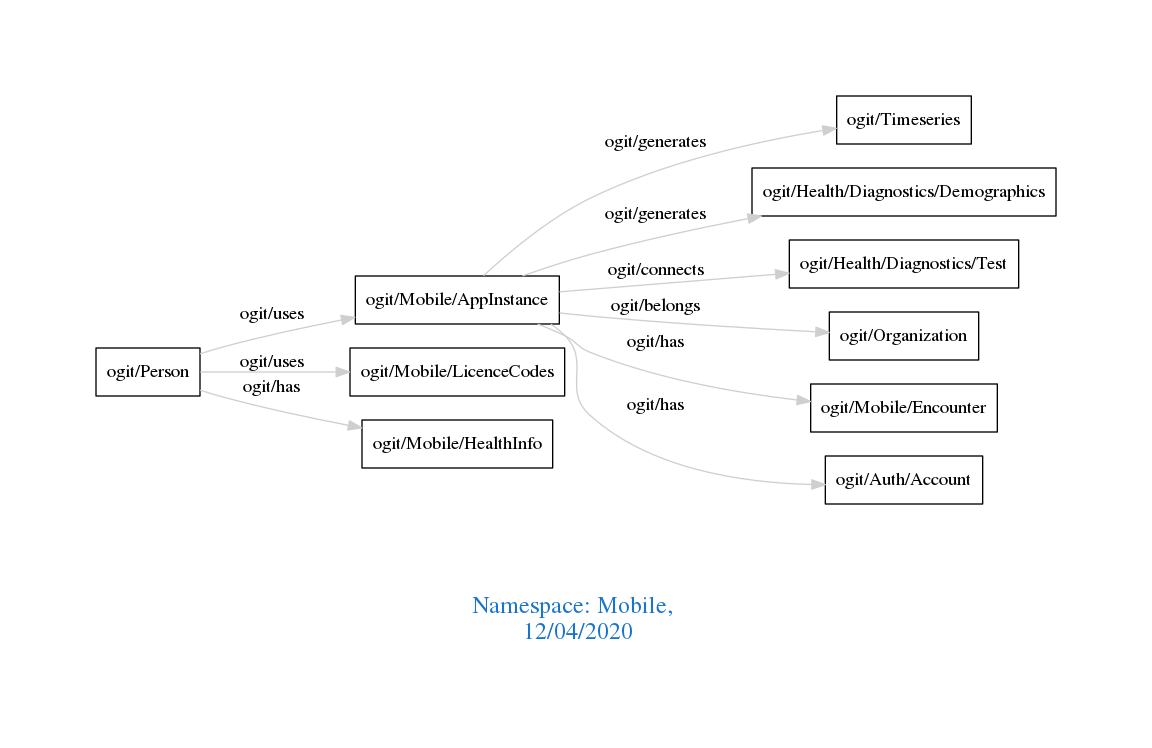
The Graphviz diagram downloads/Mobile.png in arago/OGIT, before a commit. Its source is kept beside it as downloads/Mobile.dot.
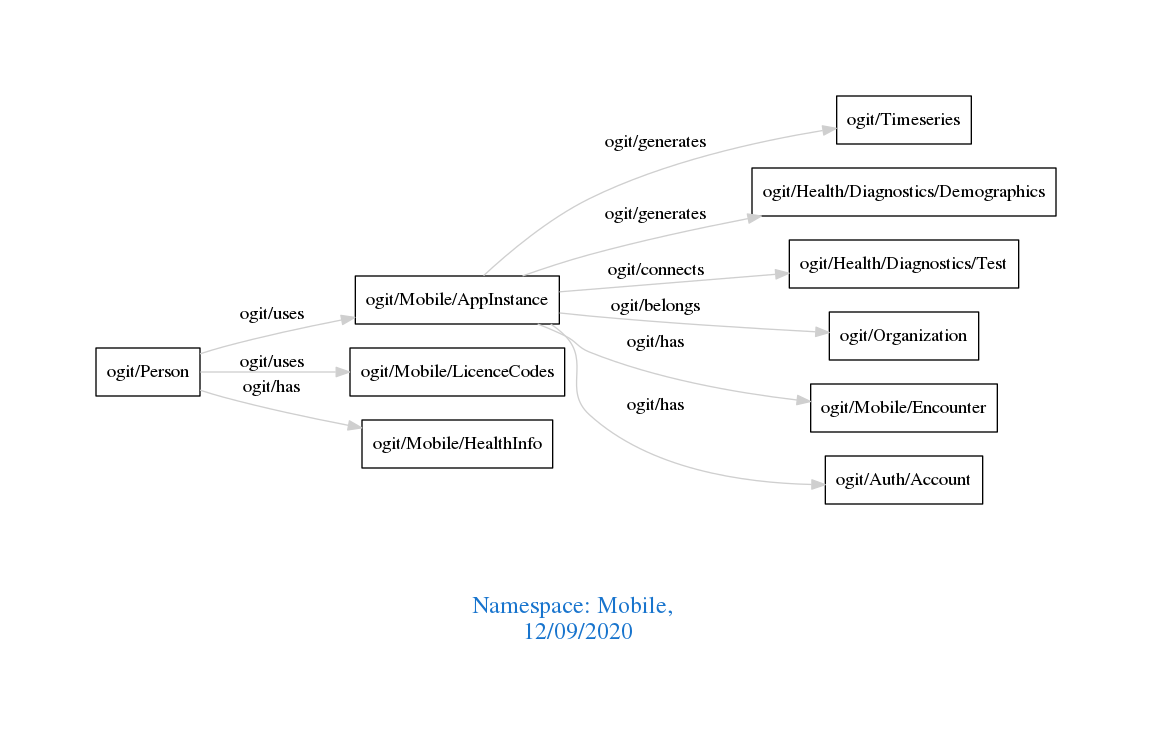
The same diagram one commit later.

Diff of the diagram source:
```diff
@@ -1,7 +1,7 @@
 digraph OGIT_ontology {
  graph [ rankdir= LR,pad=1
 fontsize = 18,
-fontcolor= dodgerblue3,label = "\n\n\nNamespace: Mobile, \n 12/04/2020"];
+fontcolor= dodgerblue3,label = "\n\n\nNamespace: Mobile, \n 12/09/2020"];
 node[shape=polygon];
 edge [  color="gray81"];
 
```
